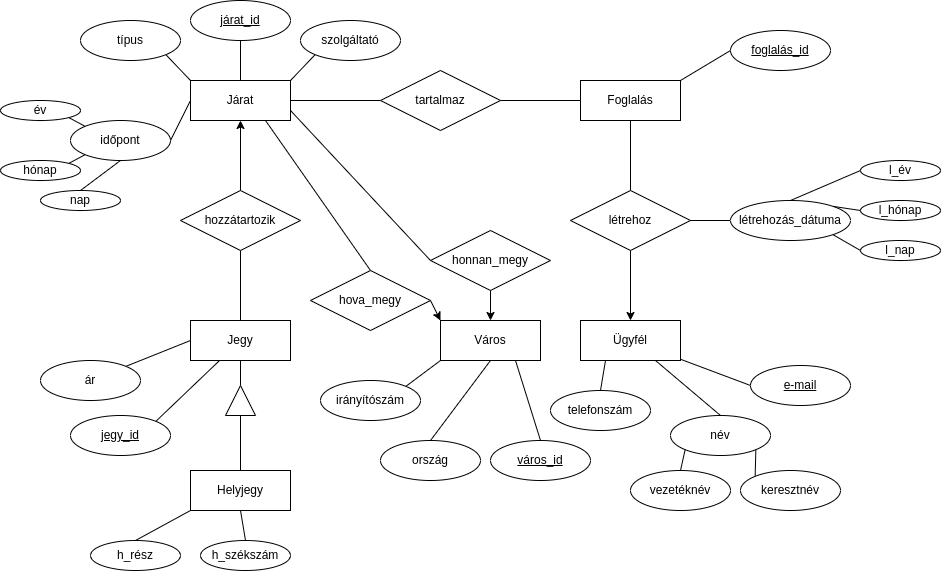
Before: docs/Travall_ER.drawio.png, a diagram exported from draw.io (a-bakk/Travall). Source tidied: cells renumbered, new cells last; positions are measured from the earlier drawing's top-left corner, leaving out a move shared by most shapes. Its diagram source:
```xml
<mxGraphModel>
  <root>
    <mxCell id="0" />
    <mxCell id="1" parent="0" />
    <mxCell id="2" value="Foglalás" style="whiteSpace=wrap;html=1;align=center;" parent="1" vertex="1">
      <mxGeometry x="580" y="80" width="100" height="40" as="geometry" />
    </mxCell>
    <mxCell id="3" value="Ügyfél" style="whiteSpace=wrap;html=1;align=center;" parent="1" vertex="1">
      <mxGeometry x="580" y="320" width="100" height="40" as="geometry" />
    </mxCell>
    <mxCell id="4" style="rounded=0;jettySize=auto;html=1;exitX=0;exitY=0.5;exitDx=0;exitDy=0;exitPerimeter=0;endArrow=none;endFill=0;" parent="1" edge="1" source="5" target="3">
      <mxGeometry relative="1" as="geometry" />
    </mxCell>
    <mxCell id="5" value="e-mail" style="ellipse;whiteSpace=wrap;html=1;align=center;fontStyle=4;points=[[0,0.5,0,0,0],[0.15,0.15,0,0,0],[0.15,0.85,0,0,0],[0.5,0,0,0,0],[0.5,1,0,0,0],[0.85,0.15,0,0,0],[0.85,0.85,0,0,0],[1,0.5,0,0,0]];" parent="1" vertex="1">
      <mxGeometry x="750" y="365" width="100" height="40" as="geometry" />
    </mxCell>
    <mxCell id="6" style="edgeStyle=none;rounded=0;jettySize=auto;html=1;exitX=0;exitY=0.5;exitDx=0;exitDy=0;entryX=1;entryY=0;entryDx=0;entryDy=0;endArrow=none;endFill=0;" parent="1" edge="1" source="7" target="2">
      <mxGeometry relative="1" as="geometry" />
    </mxCell>
    <mxCell id="7" value="foglalás_id" style="ellipse;whiteSpace=wrap;html=1;align=center;fontStyle=4;" parent="1" vertex="1">
      <mxGeometry x="730" y="30" width="100" height="40" as="geometry" />
    </mxCell>
    <mxCell id="8" style="edgeStyle=none;rounded=0;jettySize=auto;html=1;exitX=0.5;exitY=0;exitDx=0;exitDy=0;entryX=0.5;entryY=1;entryDx=0;entryDy=0;endArrow=none;endFill=0;" parent="1" edge="1" source="9" target="21">
      <mxGeometry relative="1" as="geometry" />
    </mxCell>
    <mxCell id="9" value="Jegy" style="whiteSpace=wrap;html=1;align=center;" parent="1" vertex="1">
      <mxGeometry x="190" y="320" width="100" height="40" as="geometry" />
    </mxCell>
    <mxCell id="10" style="rounded=0;jettySize=auto;html=1;exitX=1;exitY=0;exitDx=0;exitDy=0;endArrow=none;endFill=0;" parent="1" edge="1" source="11" target="9">
      <mxGeometry relative="1" as="geometry" />
    </mxCell>
    <mxCell id="11" value="jegy_id" style="ellipse;whiteSpace=wrap;html=1;align=center;fontStyle=4;" parent="1" vertex="1">
      <mxGeometry x="70" y="415" width="100" height="40" as="geometry" />
    </mxCell>
    <mxCell id="12" style="edgeStyle=none;rounded=0;jettySize=auto;html=1;exitX=0.5;exitY=0;exitDx=0;exitDy=0;entryX=0;entryY=0.5;entryDx=0;entryDy=0;endArrow=none;endFill=0;" parent="1" edge="1" source="13" target="15">
      <mxGeometry relative="1" as="geometry" />
    </mxCell>
    <mxCell id="13" value="Helyjegy" style="whiteSpace=wrap;html=1;align=center;" parent="1" vertex="1">
      <mxGeometry x="190" y="470" width="100" height="40" as="geometry" />
    </mxCell>
    <mxCell id="14" style="edgeStyle=none;rounded=0;jettySize=auto;html=1;exitX=1;exitY=0.5;exitDx=0;exitDy=0;entryX=0.5;entryY=1;entryDx=0;entryDy=0;endArrow=none;endFill=0;" parent="1" edge="1" source="15" target="9">
      <mxGeometry relative="1" as="geometry" />
    </mxCell>
    <mxCell id="15" style="triangle;whiteSpace=wrap;html=1;rotation=-90;" parent="1" vertex="1">
      <mxGeometry x="225" y="385" width="30" height="30" as="geometry" />
    </mxCell>
    <mxCell id="16" style="edgeStyle=none;rounded=0;jettySize=auto;html=1;exitX=0.5;exitY=1;exitDx=0;exitDy=0;entryX=0.5;entryY=0;entryDx=0;entryDy=0;endArrow=classic;endFill=1;" parent="1" edge="1" source="18" target="3">
      <mxGeometry relative="1" as="geometry" />
    </mxCell>
    <mxCell id="17" style="edgeStyle=none;rounded=0;jettySize=auto;html=1;exitX=0.5;exitY=0;exitDx=0;exitDy=0;entryX=0.5;entryY=1;entryDx=0;entryDy=0;endArrow=none;endFill=0;" parent="1" edge="1" source="18" target="2">
      <mxGeometry relative="1" as="geometry" />
    </mxCell>
    <mxCell id="18" value="létrehoz" style="shape=rhombus;perimeter=rhombusPerimeter;whiteSpace=wrap;html=1;align=center;" parent="1" vertex="1">
      <mxGeometry x="570" y="190" width="120" height="60" as="geometry" />
    </mxCell>
    <mxCell id="19" value="Járat" style="whiteSpace=wrap;html=1;align=center;" parent="1" vertex="1">
      <mxGeometry x="190" y="80" width="100" height="40" as="geometry" />
    </mxCell>
    <mxCell id="20" style="edgeStyle=none;rounded=0;jettySize=auto;html=1;exitX=0.5;exitY=0;exitDx=0;exitDy=0;entryX=0.5;entryY=1;entryDx=0;entryDy=0;endArrow=classic;endFill=1;" parent="1" edge="1" source="21" target="19">
      <mxGeometry relative="1" as="geometry" />
    </mxCell>
    <mxCell id="21" value="hozzátartozik" style="shape=rhombus;perimeter=rhombusPerimeter;whiteSpace=wrap;html=1;align=center;" parent="1" vertex="1">
      <mxGeometry x="180" y="190" width="120" height="60" as="geometry" />
    </mxCell>
    <mxCell id="22" style="edgeStyle=none;rounded=0;jettySize=auto;html=1;exitX=1;exitY=0.5;exitDx=0;exitDy=0;entryX=0;entryY=0.5;entryDx=0;entryDy=0;endArrow=none;endFill=0;" parent="1" edge="1" source="24" target="2">
      <mxGeometry relative="1" as="geometry" />
    </mxCell>
    <mxCell id="23" style="edgeStyle=none;rounded=0;jettySize=auto;html=1;exitX=0;exitY=0.5;exitDx=0;exitDy=0;entryX=1;entryY=0.5;entryDx=0;entryDy=0;endArrow=none;endFill=0;" parent="1" edge="1" source="24" target="19">
      <mxGeometry relative="1" as="geometry" />
    </mxCell>
    <mxCell id="24" value="tartalmaz" style="shape=rhombus;perimeter=rhombusPerimeter;whiteSpace=wrap;html=1;align=center;rotation=0;" parent="1" vertex="1">
      <mxGeometry x="380" y="70" width="120" height="60" as="geometry" />
    </mxCell>
    <mxCell id="25" style="edgeStyle=none;rounded=0;jettySize=auto;html=1;exitX=0;exitY=0.5;exitDx=0;exitDy=0;endArrow=none;endFill=0;" parent="1" edge="1" source="26" target="18">
      <mxGeometry relative="1" as="geometry" />
    </mxCell>
    <mxCell id="26" value="létrehozás_dátuma" style="ellipse;whiteSpace=wrap;html=1;align=center;" parent="1" vertex="1">
      <mxGeometry x="730" y="200" width="120" height="40" as="geometry" />
    </mxCell>
    <mxCell id="27" style="edgeStyle=none;rounded=0;jettySize=auto;html=1;exitX=0.5;exitY=0;exitDx=0;exitDy=0;entryX=0;entryY=1;entryDx=0;entryDy=0;endArrow=none;endFill=0;" parent="1" edge="1" source="28" target="13">
      <mxGeometry relative="1" as="geometry" />
    </mxCell>
    <mxCell id="28" value="h_rész" style="ellipse;whiteSpace=wrap;html=1;align=center;" parent="1" vertex="1">
      <mxGeometry x="90" y="540" width="90" height="30" as="geometry" />
    </mxCell>
    <mxCell id="29" style="edgeStyle=none;rounded=0;jettySize=auto;html=1;exitX=0.5;exitY=0;exitDx=0;exitDy=0;entryX=0.5;entryY=1;entryDx=0;entryDy=0;endArrow=none;endFill=0;" parent="1" edge="1" source="30" target="13">
      <mxGeometry relative="1" as="geometry" />
    </mxCell>
    <mxCell id="30" value="h_székszám" style="ellipse;whiteSpace=wrap;html=1;align=center;" parent="1" vertex="1">
      <mxGeometry x="200" y="540" width="90" height="30" as="geometry" />
    </mxCell>
    <mxCell id="31" value="Város" style="whiteSpace=wrap;html=1;align=center;" parent="1" vertex="1">
      <mxGeometry x="440" y="320" width="100" height="40" as="geometry" />
    </mxCell>
    <mxCell id="32" style="rounded=0;jettySize=auto;html=1;exitX=0.5;exitY=1;exitDx=0;exitDy=0;entryX=0.5;entryY=0;entryDx=0;entryDy=0;endArrow=classic;endFill=1;" parent="1" edge="1" source="34" target="31">
      <mxGeometry relative="1" as="geometry" />
    </mxCell>
    <mxCell id="33" style="edgeStyle=none;rounded=0;jettySize=auto;html=1;exitX=0;exitY=0.5;exitDx=0;exitDy=0;entryX=1;entryY=0.75;entryDx=0;entryDy=0;endArrow=none;endFill=0;" parent="1" edge="1" source="34" target="19">
      <mxGeometry relative="1" as="geometry" />
    </mxCell>
    <mxCell id="34" value="honnan_megy" style="shape=rhombus;perimeter=rhombusPerimeter;whiteSpace=wrap;html=1;align=center;" parent="1" vertex="1">
      <mxGeometry x="430" y="230" width="120" height="60" as="geometry" />
    </mxCell>
    <mxCell id="35" style="rounded=0;jettySize=auto;html=1;exitX=1;exitY=0.5;exitDx=0;exitDy=0;entryX=0;entryY=0;entryDx=0;entryDy=0;endArrow=classic;endFill=1;" parent="1" edge="1" source="37" target="31">
      <mxGeometry relative="1" as="geometry" />
    </mxCell>
    <mxCell id="36" style="edgeStyle=none;rounded=0;jettySize=auto;html=1;exitX=0.5;exitY=0;exitDx=0;exitDy=0;entryX=0.75;entryY=1;entryDx=0;entryDy=0;endArrow=none;endFill=0;" parent="1" edge="1" source="37" target="19">
      <mxGeometry relative="1" as="geometry" />
    </mxCell>
    <mxCell id="37" value="hova_megy" style="shape=rhombus;perimeter=rhombusPerimeter;whiteSpace=wrap;html=1;align=center;" parent="1" vertex="1">
      <mxGeometry x="310" y="270" width="120" height="60" as="geometry" />
    </mxCell>
    <mxCell id="38" style="edgeStyle=none;rounded=0;jettySize=auto;html=1;exitX=0.5;exitY=0;exitDx=0;exitDy=0;entryX=0.75;entryY=1;entryDx=0;entryDy=0;endArrow=none;endFill=0;" parent="1" edge="1" source="39" target="31">
      <mxGeometry relative="1" as="geometry" />
    </mxCell>
    <mxCell id="39" value="város_id" style="ellipse;whiteSpace=wrap;html=1;align=center;fontStyle=4;" parent="1" vertex="1">
      <mxGeometry x="490" y="440" width="100" height="40" as="geometry" />
    </mxCell>
    <mxCell id="40" style="edgeStyle=none;rounded=0;jettySize=auto;html=1;exitX=0.5;exitY=1;exitDx=0;exitDy=0;entryX=0.5;entryY=0;entryDx=0;entryDy=0;endArrow=none;endFill=0;" parent="1" edge="1" source="41" target="19">
      <mxGeometry relative="1" as="geometry" />
    </mxCell>
    <mxCell id="41" value="járat_id" style="ellipse;whiteSpace=wrap;html=1;align=center;fontStyle=4;" parent="1" vertex="1">
      <mxGeometry x="190" width="100" height="40" as="geometry" />
    </mxCell>
    <mxCell id="42" style="edgeStyle=none;rounded=0;jettySize=auto;html=1;exitX=1;exitY=1;exitDx=0;exitDy=0;entryX=0;entryY=0;entryDx=0;entryDy=0;endArrow=none;endFill=0;" parent="1" edge="1" source="43" target="19">
      <mxGeometry relative="1" as="geometry" />
    </mxCell>
    <mxCell id="43" value="típus" style="ellipse;whiteSpace=wrap;html=1;align=center;" parent="1" vertex="1">
      <mxGeometry x="80" y="20" width="100" height="40" as="geometry" />
    </mxCell>
    <mxCell id="44" style="edgeStyle=none;rounded=0;jettySize=auto;html=1;exitX=1;exitY=0.5;exitDx=0;exitDy=0;entryX=0;entryY=0.5;entryDx=0;entryDy=0;endArrow=none;endFill=0;" parent="1" edge="1" source="45" target="19">
      <mxGeometry relative="1" as="geometry" />
    </mxCell>
    <mxCell id="45" value="időpont" style="ellipse;whiteSpace=wrap;html=1;align=center;" parent="1" vertex="1">
      <mxGeometry x="70" y="120" width="100" height="40" as="geometry" />
    </mxCell>
    <mxCell id="46" style="edgeStyle=none;rounded=0;jettySize=auto;html=1;exitX=1;exitY=0;exitDx=0;exitDy=0;entryX=0;entryY=0.5;entryDx=0;entryDy=0;endArrow=none;endFill=0;" parent="1" edge="1" source="47" target="9">
      <mxGeometry relative="1" as="geometry" />
    </mxCell>
    <mxCell id="47" value="ár" style="ellipse;whiteSpace=wrap;html=1;align=center;" parent="1" vertex="1">
      <mxGeometry x="40" y="360" width="100" height="40" as="geometry" />
    </mxCell>
    <mxCell id="48" style="edgeStyle=none;rounded=0;jettySize=auto;html=1;exitX=0.5;exitY=0;exitDx=0;exitDy=0;entryX=0.5;entryY=1;entryDx=0;entryDy=0;endArrow=none;endFill=0;" parent="1" edge="1" source="49" target="31">
      <mxGeometry relative="1" as="geometry" />
    </mxCell>
    <mxCell id="49" value="ország" style="ellipse;whiteSpace=wrap;html=1;align=center;" parent="1" vertex="1">
      <mxGeometry x="380" y="440" width="100" height="40" as="geometry" />
    </mxCell>
    <mxCell id="50" style="edgeStyle=none;rounded=0;jettySize=auto;html=1;exitX=1;exitY=0;exitDx=0;exitDy=0;entryX=0;entryY=1;entryDx=0;entryDy=0;endArrow=none;endFill=0;" parent="1" edge="1" source="51" target="31">
      <mxGeometry relative="1" as="geometry" />
    </mxCell>
    <mxCell id="51" value="irányítószám" style="ellipse;whiteSpace=wrap;html=1;align=center;" parent="1" vertex="1">
      <mxGeometry x="320" y="380" width="100" height="40" as="geometry" />
    </mxCell>
    <mxCell id="52" style="edgeStyle=none;rounded=0;jettySize=auto;html=1;exitX=0.5;exitY=0;exitDx=0;exitDy=0;entryX=0.75;entryY=1;entryDx=0;entryDy=0;endArrow=none;endFill=0;" parent="1" edge="1" source="53" target="3">
      <mxGeometry relative="1" as="geometry" />
    </mxCell>
    <mxCell id="53" value="név" style="ellipse;whiteSpace=wrap;html=1;align=center;" parent="1" vertex="1">
      <mxGeometry x="670" y="415" width="100" height="40" as="geometry" />
    </mxCell>
    <mxCell id="54" style="edgeStyle=none;rounded=0;jettySize=auto;html=1;exitX=0.5;exitY=0;exitDx=0;exitDy=0;entryX=0;entryY=1;entryDx=0;entryDy=0;endArrow=none;endFill=0;" parent="1" edge="1" source="55" target="53">
      <mxGeometry relative="1" as="geometry" />
    </mxCell>
    <mxCell id="55" value="vezetéknév" style="ellipse;whiteSpace=wrap;html=1;align=center;" parent="1" vertex="1">
      <mxGeometry x="630" y="470" width="100" height="40" as="geometry" />
    </mxCell>
    <mxCell id="56" style="edgeStyle=none;rounded=0;jettySize=auto;html=1;exitX=0;exitY=0;exitDx=0;exitDy=0;entryX=1;entryY=1;entryDx=0;entryDy=0;endArrow=none;endFill=0;" parent="1" edge="1" source="57" target="53">
      <mxGeometry relative="1" as="geometry" />
    </mxCell>
    <mxCell id="57" value="keresztnév" style="ellipse;whiteSpace=wrap;html=1;align=center;" parent="1" vertex="1">
      <mxGeometry x="740" y="470" width="100" height="40" as="geometry" />
    </mxCell>
    <mxCell id="58" style="edgeStyle=none;rounded=0;jettySize=auto;html=1;exitX=1;exitY=1;exitDx=0;exitDy=0;entryX=0;entryY=0;entryDx=0;entryDy=0;endArrow=none;endFill=0;" parent="1" edge="1" source="59" target="45">
      <mxGeometry relative="1" as="geometry" />
    </mxCell>
    <mxCell id="59" value="év" style="ellipse;whiteSpace=wrap;html=1;align=center;" parent="1" vertex="1">
      <mxGeometry y="100" width="80" height="20" as="geometry" />
    </mxCell>
    <mxCell id="60" style="edgeStyle=none;rounded=0;jettySize=auto;html=1;exitX=1;exitY=0;exitDx=0;exitDy=0;entryX=0;entryY=1;entryDx=0;entryDy=0;endArrow=none;endFill=0;" parent="1" edge="1" source="61" target="45">
      <mxGeometry relative="1" as="geometry" />
    </mxCell>
    <mxCell id="61" value="hónap" style="ellipse;whiteSpace=wrap;html=1;align=center;" parent="1" vertex="1">
      <mxGeometry y="160" width="80" height="20" as="geometry" />
    </mxCell>
    <mxCell id="62" style="edgeStyle=none;rounded=0;jettySize=auto;html=1;exitX=0.5;exitY=0;exitDx=0;exitDy=0;entryX=0.5;entryY=1;entryDx=0;entryDy=0;endArrow=none;endFill=0;" parent="1" edge="1" source="63" target="45">
      <mxGeometry relative="1" as="geometry" />
    </mxCell>
    <mxCell id="63" value="nap" style="ellipse;whiteSpace=wrap;html=1;align=center;" parent="1" vertex="1">
      <mxGeometry x="40" y="190" width="80" height="20" as="geometry" />
    </mxCell>
    <mxCell id="64" style="edgeStyle=none;rounded=0;jettySize=auto;html=1;exitX=0;exitY=0.5;exitDx=0;exitDy=0;entryX=0.5;entryY=0;entryDx=0;entryDy=0;endArrow=none;endFill=0;" parent="1" edge="1" source="65" target="26">
      <mxGeometry relative="1" as="geometry" />
    </mxCell>
    <mxCell id="65" value="l_év" style="ellipse;whiteSpace=wrap;html=1;align=center;" parent="1" vertex="1">
      <mxGeometry x="860" y="160" width="80" height="20" as="geometry" />
    </mxCell>
    <mxCell id="66" style="edgeStyle=none;rounded=0;jettySize=auto;html=1;exitX=0;exitY=0.5;exitDx=0;exitDy=0;entryX=1;entryY=0;entryDx=0;entryDy=0;endArrow=none;endFill=0;" parent="1" edge="1" source="67" target="26">
      <mxGeometry relative="1" as="geometry" />
    </mxCell>
    <mxCell id="67" value="l_hónap" style="ellipse;whiteSpace=wrap;html=1;align=center;" parent="1" vertex="1">
      <mxGeometry x="860" y="200" width="80" height="20" as="geometry" />
    </mxCell>
    <mxCell id="68" style="edgeStyle=none;rounded=0;jettySize=auto;html=1;exitX=0;exitY=0.5;exitDx=0;exitDy=0;entryX=1;entryY=1;entryDx=0;entryDy=0;endArrow=none;endFill=0;" parent="1" edge="1" source="69" target="26">
      <mxGeometry relative="1" as="geometry" />
    </mxCell>
    <mxCell id="69" value="l_nap" style="ellipse;whiteSpace=wrap;html=1;align=center;" parent="1" vertex="1">
      <mxGeometry x="860" y="240" width="80" height="20" as="geometry" />
    </mxCell>
    <mxCell id="70" style="edgeStyle=none;rounded=0;jettySize=auto;html=1;exitX=0;exitY=1;exitDx=0;exitDy=0;entryX=1;entryY=0;entryDx=0;entryDy=0;endArrow=none;endFill=0;" parent="1" edge="1" source="71" target="19">
      <mxGeometry relative="1" as="geometry" />
    </mxCell>
    <mxCell id="71" value="szolgáltató" style="ellipse;whiteSpace=wrap;html=1;align=center;" parent="1" vertex="1">
      <mxGeometry x="300" y="20" width="100" height="40" as="geometry" />
    </mxCell>
    <mxCell id="72" style="edgeStyle=none;rounded=0;jettySize=auto;html=1;exitX=0.5;exitY=0;exitDx=0;exitDy=0;entryX=0.25;entryY=1;entryDx=0;entryDy=0;endArrow=none;endFill=0;" parent="1" edge="1" source="73" target="3">
      <mxGeometry relative="1" as="geometry" />
    </mxCell>
    <mxCell id="73" value="telefonszám" style="ellipse;whiteSpace=wrap;html=1;align=center;" parent="1" vertex="1">
      <mxGeometry x="550" y="390" width="100" height="40" as="geometry" />
    </mxCell>
  </root>
</mxGraphModel>
```
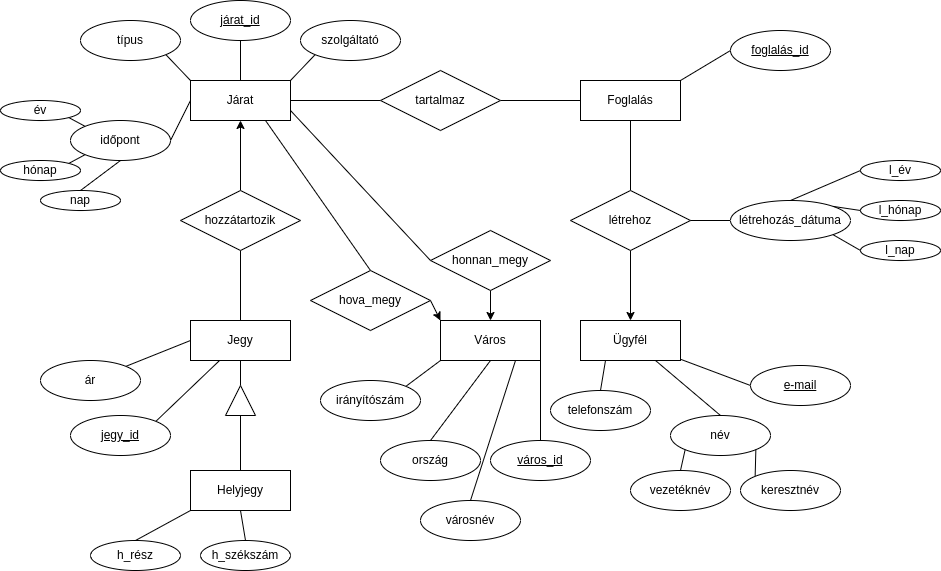
After the change.

Diff of the diagram source:
```diff
@@ -110,7 +110,7 @@
     <mxCell id="37" value="hova_megy" style="shape=rhombus;perimeter=rhombusPerimeter;whiteSpace=wrap;html=1;align=center;" parent="1" vertex="1">
       <mxGeometry x="310" y="270" width="120" height="60" as="geometry" />
     </mxCell>
-    <mxCell id="38" style="edgeStyle=none;rounded=0;jettySize=auto;html=1;exitX=0.5;exitY=0;exitDx=0;exitDy=0;entryX=0.75;entryY=1;entryDx=0;entryDy=0;endArrow=none;endFill=0;" parent="1" edge="1" source="39" target="31">
+    <mxCell id="38" style="edgeStyle=none;rounded=0;jettySize=auto;html=1;exitX=0.5;exitY=0;exitDx=0;exitDy=0;entryX=1;entryY=1;entryDx=0;entryDy=0;endArrow=none;endFill=0;" parent="1" edge="1" source="39" target="31">
       <mxGeometry relative="1" as="geometry" />
     </mxCell>
     <mxCell id="39" value="város_id" style="ellipse;whiteSpace=wrap;html=1;align=center;fontStyle=4;" parent="1" vertex="1">
@@ -218,5 +218,11 @@
     <mxCell id="73" value="telefonszám" style="ellipse;whiteSpace=wrap;html=1;align=center;" parent="1" vertex="1">
       <mxGeometry x="550" y="390" width="100" height="40" as="geometry" />
     </mxCell>
+    <mxCell id="74" style="rounded=0;jettySize=auto;html=1;exitX=0.5;exitY=0;exitDx=0;exitDy=0;entryX=0.75;entryY=1;entryDx=0;entryDy=0;endArrow=none;endFill=0;" parent="1" edge="1" source="75" target="31">
+      <mxGeometry relative="1" as="geometry" />
+    </mxCell>
+    <mxCell id="75" value="városnév" style="ellipse;whiteSpace=wrap;html=1;align=center;" parent="1" vertex="1">
+      <mxGeometry x="420" y="500" width="100" height="40" as="geometry" />
+    </mxCell>
   </root>
 </mxGraphModel>
```
